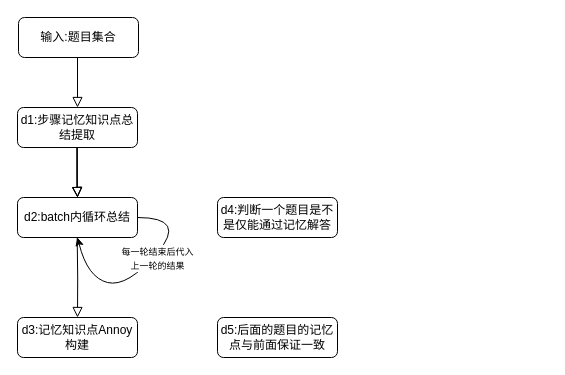
Earlier version of the draw.io diagram 未命名绘图.drawio (urrethless/somework_graph-flow). Source tidied: cells renumbered, new cells numbered last; positions are measured from the earlier drawing's top-left corner, leaving out a move shared by most shapes. Both pictures are drawn from the tidied source at 100%, with x=0, y=0 at pixel (17, 17).
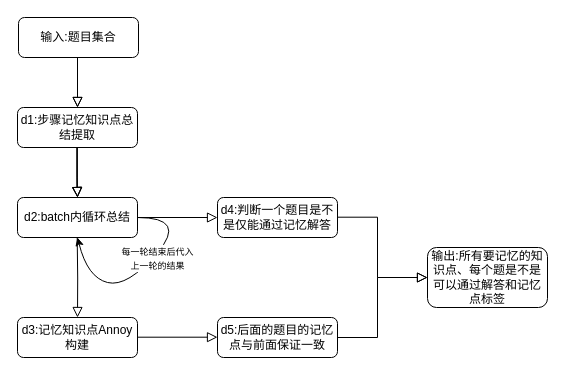
The same page after the edit.

The change refers to these unchanged cells:
```xml
<mxCell id="3" value="输入:题目集合" style="rounded=1;whiteSpace=wrap;html=1;fontSize=12;glass=0;strokeWidth=1;shadow=0;" parent="1" vertex="1">
  <mxGeometry x="1" width="120" height="40" as="geometry" />
</mxCell>
<mxCell id="5" value="d2:batch内循环总结" style="rounded=1;whiteSpace=wrap;html=1;fontSize=12;glass=0;strokeWidth=1;shadow=0;" parent="1" vertex="1">
  <mxGeometry y="180" width="120" height="40" as="geometry" />
</mxCell>
<mxCell id="10" value="d4:判断一个题目是不是仅能通过记忆解答" style="rounded=1;whiteSpace=wrap;html=1;fontSize=12;glass=0;strokeWidth=1;shadow=0;" parent="1" vertex="1">
  <mxGeometry x="200" y="180" width="120" height="40" as="geometry" />
</mxCell>
<mxCell id="11" value="d5:后面的题目的记忆点与前面保证一致" style="rounded=1;whiteSpace=wrap;html=1;fontSize=12;glass=0;strokeWidth=1;shadow=0;" parent="1" vertex="1">
  <mxGeometry x="200" y="300" width="120" height="40" as="geometry" />
</mxCell>
```

Diff of the diagram source:
```diff
@@
+    <mxCell id="15" style="rounded=0;html=1;jettySize=auto;fontSize=11;endArrow=block;endFill=0;endSize=8;strokeWidth=1;shadow=0;labelBackgroundColor=none;edgeStyle=orthogonalEdgeStyle;" parent="1" edge="1" source="3">
+      <mxGeometry relative="1" as="geometry">
+        <mxPoint x="60" y="90" as="targetPoint" />
+        <Array as="points">
+          <mxPoint x="61" y="90" />
+        </Array>
+      </mxGeometry>
+    </mxCell>
+    <mxCell id="16" style="rounded=0;html=1;jettySize=auto;fontSize=11;endArrow=block;endFill=0;endSize=8;strokeWidth=1;shadow=0;labelBackgroundColor=none;edgeStyle=orthogonalEdgeStyle;exitX=1;exitY=0.5;exitDx=0;exitDy=0;entryX=0;entryY=0.5;entryDx=0;entryDy=0;" parent="1" edge="1" source="5" target="10">
+      <mxGeometry relative="1" as="geometry" />
+    </mxCell>
+    <mxCell id="17" style="rounded=0;html=1;jettySize=auto;orthogonalLoop=1;fontSize=11;endArrow=block;endFill=0;endSize=8;strokeWidth=1;shadow=0;labelBackgroundColor=none;edgeStyle=orthogonalEdgeStyle;exitX=1;exitY=0.5;exitDx=0;exitDy=0;entryX=0;entryY=0.5;entryDx=0;entryDy=0;" parent="1" edge="1">
+      <mxGeometry relative="1" as="geometry">
+        <mxPoint x="120" y="319.7" as="sourcePoint" />
+        <mxPoint x="200" y="319.7" as="targetPoint" />
+      </mxGeometry>
+    </mxCell>
+    <mxCell id="18" value="输出:所有要记忆的知识点、每个题是不是可以通过解答和记忆点标签" style="rounded=1;whiteSpace=wrap;html=1;fontSize=12;glass=0;strokeWidth=1;shadow=0;" parent="1" vertex="1">
+      <mxGeometry x="410" y="230" width="120" height="60" as="geometry" />
+    </mxCell>
+    <mxCell id="19" style="rounded=0;html=1;jettySize=auto;fontSize=11;endArrow=block;endFill=0;endSize=8;strokeWidth=1;shadow=0;labelBackgroundColor=none;edgeStyle=orthogonalEdgeStyle;exitX=1;exitY=0.5;exitDx=0;exitDy=0;entryX=0;entryY=0.5;entryDx=0;entryDy=0;" parent="1" edge="1" target="18">
+      <mxGeometry relative="1" as="geometry">
+        <mxPoint x="320" y="199.7" as="sourcePoint" />
+        <Array as="points">
+          <mxPoint x="360" y="200" />
+          <mxPoint x="360" y="260" />
+        </Array>
+      </mxGeometry>
+    </mxCell>
+    <mxCell id="20" style="rounded=0;html=1;jettySize=auto;fontSize=11;endArrow=block;endFill=0;endSize=8;strokeWidth=1;shadow=0;labelBackgroundColor=none;edgeStyle=orthogonalEdgeStyle;exitX=1;exitY=0.5;exitDx=0;exitDy=0;" parent="1" edge="1" source="11">
+      <mxGeometry relative="1" as="geometry">
+        <mxPoint x="410" y="260" as="targetPoint" />
+        <Array as="points">
+          <mxPoint x="360" y="320" />
+          <mxPoint x="360" y="260" />
+        </Array>
+      </mxGeometry>
+    </mxCell>
```
